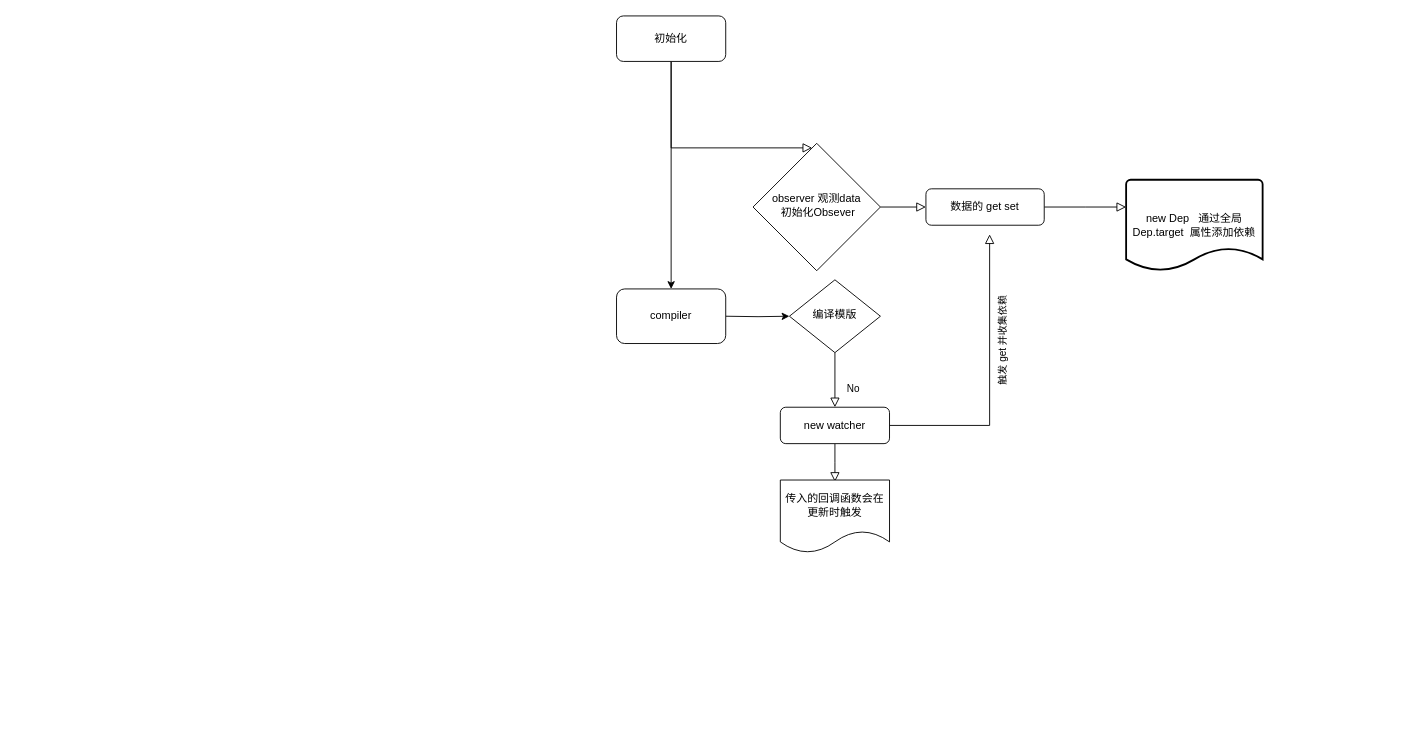
Before: vue2.drawio in Yuchao-Qin/-webpack, a draw.io diagram. Source tidied: cells renumbered, new cells numbered last; positions are measured from the earlier drawing's top-left corner, leaving out a move shared by most shapes. Both pictures are drawn from the tidied source at 91%, with x=0, y=0 at pixel (616, 15).
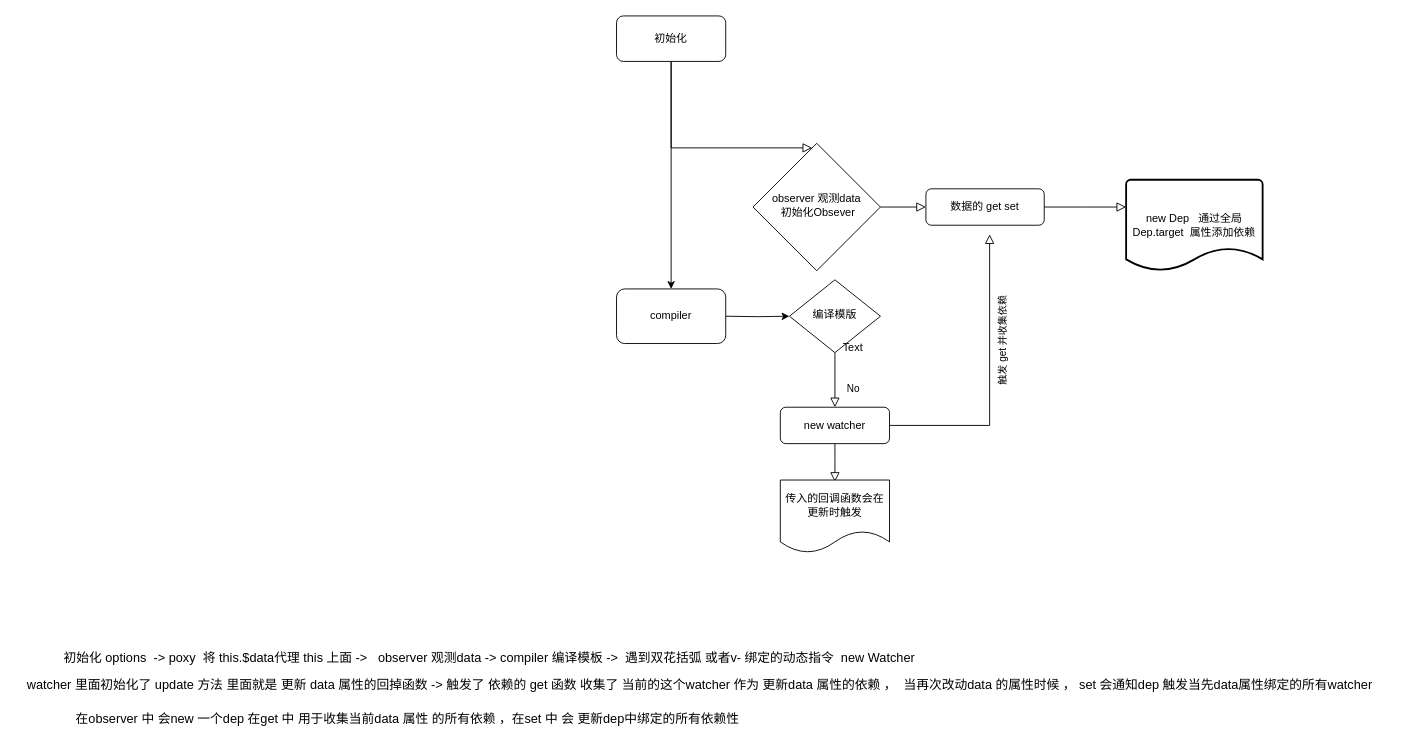
The same diagram, later.

Change to the diagram source:
```diff
@@
+    <mxCell id="18" value="初始化 options&amp;nbsp; -&amp;gt; poxy&amp;nbsp; 将 this.$data代理 this 上面 -&amp;gt;&amp;nbsp; &amp;nbsp;observer 观测data -&amp;gt; compiler 编译模板 -&amp;gt;&amp;nbsp; 遇到双花括弧 或者v- 绑定的动态指令&amp;nbsp; new Watcher" style="text;html=1;align=center;verticalAlign=middle;strokeColor=none;fillColor=none;fontSize=14;" parent="1" vertex="1">
+      <mxGeometry x="-620" y="690" width="960" height="30" as="geometry" />
+    </mxCell>
+    <mxCell id="19" value="watcher 里面初始化了 update 方法 里面就是 更新 data 属性的回掉函数 -&amp;gt; 触发了 依赖的 get 函数 收集了 当前的这个watcher 作为 更新data 属性的依赖 ，&amp;nbsp; 当再次改动data 的属性时候 ， set 会通知dep 触发当先data属性绑定的所有watcher&amp;nbsp;&amp;nbsp;" style="text;html=1;align=center;verticalAlign=middle;strokeColor=none;fillColor=none;fontSize=14;" parent="1" vertex="1">
+      <mxGeometry x="-660" y="720" width="1510" height="30" as="geometry" />
+    </mxCell>
+    <mxCell id="20" value="Text" style="text;html=1;strokeColor=none;fillColor=none;align=center;verticalAlign=middle;whiteSpace=wrap;rounded=0;" parent="1" vertex="1">
+      <mxGeometry x="230" y="350" width="60" height="30" as="geometry" />
+    </mxCell>
+    <mxCell id="21" value="在observer 中 会new 一个dep 在get 中 用于收集当前data 属性 的所有依赖 ，在set 中 会 更新dep中绑定的所有依赖性" style="text;html=1;align=center;verticalAlign=middle;strokeColor=none;fillColor=none;fontSize=14;" parent="1" vertex="1">
+      <mxGeometry x="-605" y="758" width="750" height="30" as="geometry" />
+    </mxCell>
```
